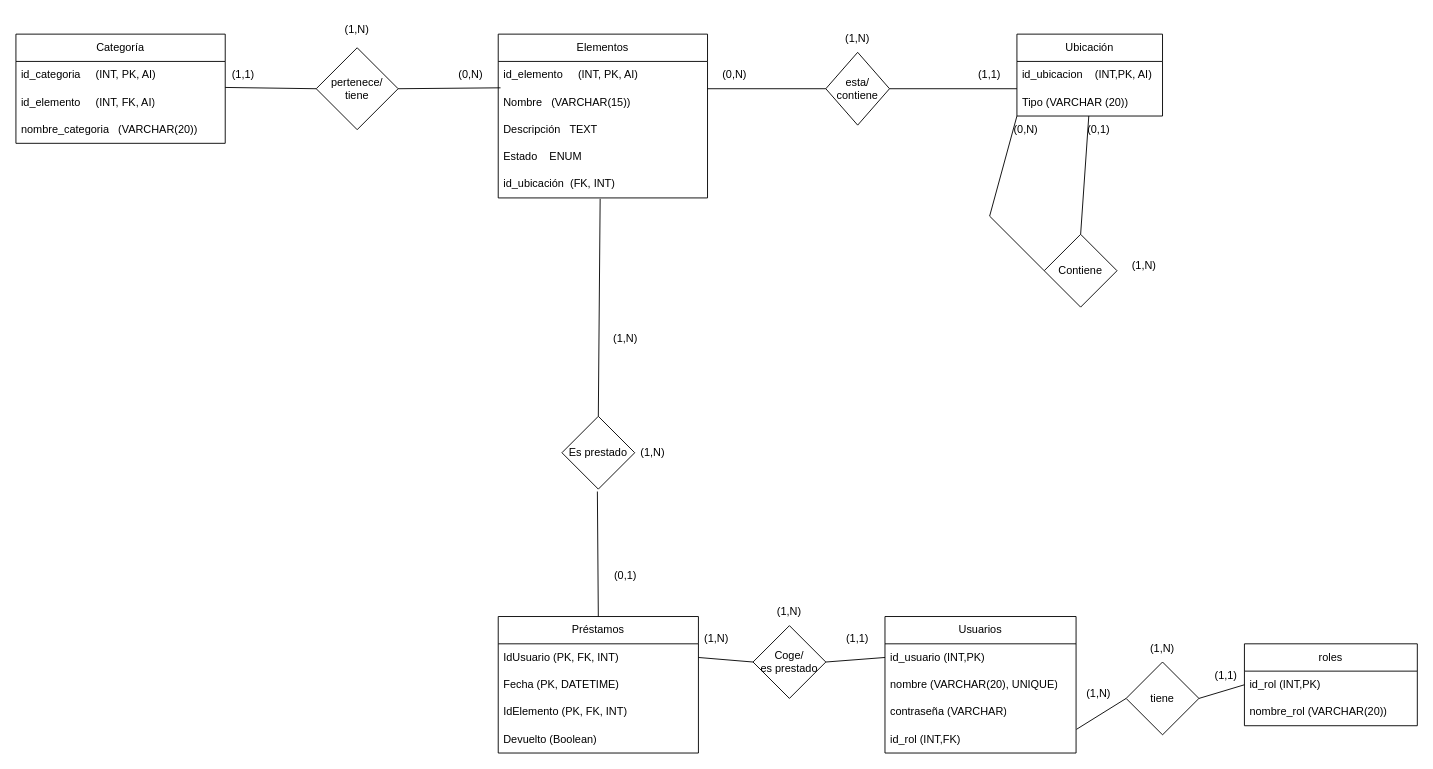
Above: Documentos/DiagramaEntidadRelación.drawio in JosePedro228/RetoDam1Equipo5 (draw.io), before the change. Source tidied: cells renumbered, new cells numbered last; positions are measured from the earlier drawing's top-left corner, leaving out a move shared by most shapes. Both pictures are drawn from the tidied source at 91%, with x=0, y=0 at pixel (15, 15).
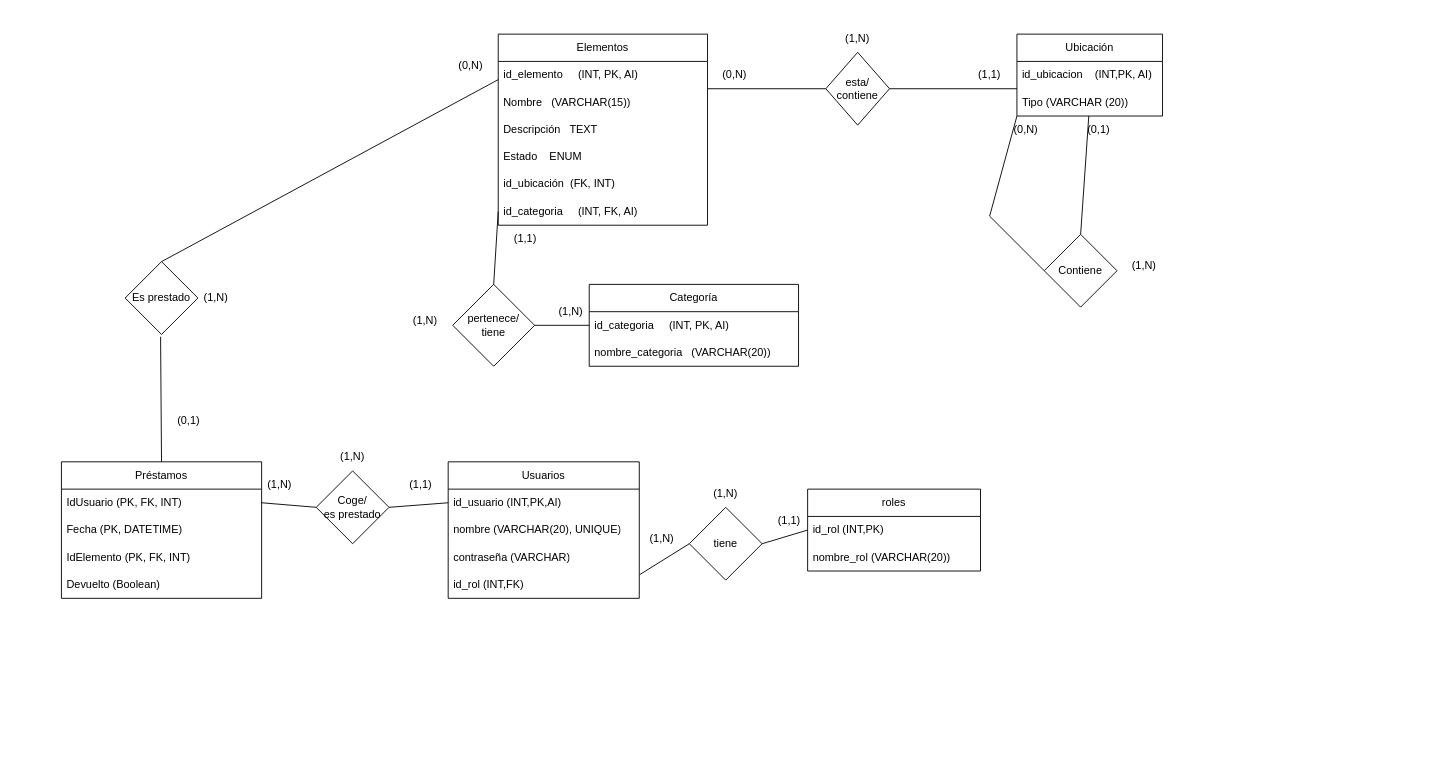
Above is the later version.

Unchanged cells that the change refers to:
```xml
<mxCell id="5" value="Nombre&amp;nbsp; &amp;nbsp;(VARCHAR(15))" style="text;strokeColor=none;fillColor=none;align=left;verticalAlign=middle;spacingLeft=4;spacingRight=4;overflow=hidden;points=[[0,0.5],[1,0.5]];portConstraint=eastwest;whiteSpace=wrap;html=1;" parent="3" vertex="1">
  <mxGeometry y="60" width="230" height="30" as="geometry" />
</mxCell>
<mxCell id="8" value="id_ubicación&amp;nbsp; (FK, INT)" style="text;strokeColor=none;fillColor=none;align=left;verticalAlign=middle;spacingLeft=4;spacingRight=4;overflow=hidden;points=[[0,0.5],[1,0.5]];portConstraint=eastwest;whiteSpace=wrap;html=1;" parent="3" vertex="1">
  <mxGeometry y="150" width="230" height="30" as="geometry" />
</mxCell>
<mxCell id="47" value="id_categoria&amp;nbsp; &amp;nbsp; &amp;nbsp;(INT, PK, AI)" style="text;strokeColor=none;fillColor=none;align=left;verticalAlign=middle;spacingLeft=4;spacingRight=4;overflow=hidden;points=[[0,0.5],[1,0.5]];portConstraint=eastwest;whiteSpace=wrap;html=1;" parent="46" vertex="1">
  <mxGeometry y="30" width="230" height="30" as="geometry" />
</mxCell>
```

What changed in the source:
```diff
@@
     <mxCell id="3" value="Elementos" style="swimlane;fontStyle=0;horizontal=1;startSize=30;whiteSpace=wrap;html=1;" parent="1" vertex="1">
-      <mxGeometry x="530" y="20" width="230" height="180" as="geometry" />
+      <mxGeometry x="530" y="20" width="230" height="210" as="geometry" />
     </mxCell>
@@
+    <mxCell id="65" value="id_categoria&amp;nbsp; &amp;nbsp; &amp;nbsp;(INT, FK, AI)" style="text;strokeColor=none;fillColor=none;align=left;verticalAlign=middle;spacingLeft=4;spacingRight=4;overflow=hidden;points=[[0,0.5],[1,0.5]];portConstraint=eastwest;whiteSpace=wrap;html=1;" parent="3" vertex="1">
+      <mxGeometry y="180" width="230" height="30" as="geometry" />
+    </mxCell>
@@
     <mxCell id="24" value="Préstamos" style="swimlane;fontStyle=0;horizontal=1;startSize=30;whiteSpace=wrap;html=1;" parent="1" vertex="1">
-      <mxGeometry x="530" y="660" width="220" height="150" as="geometry" />
+      <mxGeometry x="50" y="490" width="220" height="150" as="geometry" />
     </mxCell>
@@
     <mxCell id="30" value="Usuarios" style="swimlane;fontStyle=0;horizontal=1;startSize=30;whiteSpace=wrap;html=1;" parent="1" vertex="1">
-      <mxGeometry x="955" y="660" width="210" height="150" as="geometry" />
+      <mxGeometry x="475" y="490" width="210" height="150" as="geometry" />
     </mxCell>
-    <mxCell id="31" value="id_usuario (INT,PK)" style="text;strokeColor=none;fillColor=none;align=left;verticalAlign=middle;spacingLeft=4;spacingRight=4;overflow=hidden;points=[[0,0.5],[1,0.5]];portConstraint=eastwest;whiteSpace=wrap;html=1;" parent="30" vertex="1">
+    <mxCell id="31" value="id_usuario (INT,PK,AI)" style="text;strokeColor=none;fillColor=none;align=left;verticalAlign=middle;spacingLeft=4;spacingRight=4;overflow=hidden;points=[[0,0.5],[1,0.5]];portConstraint=eastwest;whiteSpace=wrap;html=1;" parent="30" vertex="1">
       <mxGeometry y="30" width="210" height="30" as="geometry" />
     </mxCell>
@@
-    <mxCell id="35" style="endArrow=none;html=1;rounded=0;entryX=0.5;entryY=0;entryDx=0;entryDy=0;exitX=0.487;exitY=1.033;exitDx=0;exitDy=0;exitPerimeter=0;" parent="1" edge="1" source="8" target="36">
+    <mxCell id="35" style="endArrow=none;html=1;rounded=0;entryX=0.5;entryY=0;entryDx=0;entryDy=0;exitX=1;exitY=1;exitDx=0;exitDy=0;" parent="1" edge="1" source="54" target="36">
       <mxGeometry relative="1" as="geometry" />
     </mxCell>
     <mxCell id="36" value="Es prestado" style="rhombus;whiteSpace=wrap;html=1;" parent="1" vertex="1">
-      <mxGeometry x="600" y="440" width="80" height="80" as="geometry" />
+      <mxGeometry x="120" y="270" width="80" height="80" as="geometry" />
     </mxCell>
@@
     <mxCell id="39" value="Coge/&lt;div&gt;es prestado&lt;/div&gt;" style="rhombus;whiteSpace=wrap;html=1;" parent="1" vertex="1">
-      <mxGeometry x="810" y="670" width="80" height="80" as="geometry" />
+      <mxGeometry x="330" y="500" width="80" height="80" as="geometry" />
     </mxCell>
     <mxCell id="40" value="(1,N)" style="text;html=1;whiteSpace=wrap;strokeColor=none;fillColor=none;align=center;verticalAlign=middle;rounded=0;" parent="1" vertex="1">
-      <mxGeometry x="740" y="670" width="60" height="30" as="geometry" />
+      <mxGeometry x="260" y="500" width="60" height="30" as="geometry" />
     </mxCell>
     <mxCell id="41" value="(1,1)" style="text;html=1;whiteSpace=wrap;strokeColor=none;fillColor=none;align=center;verticalAlign=middle;rounded=0;" parent="1" vertex="1">
-      <mxGeometry x="895" y="670" width="60" height="30" as="geometry" />
+      <mxGeometry x="415" y="500" width="60" height="30" as="geometry" />
     </mxCell>
     <mxCell id="42" value="(1,N)" style="text;html=1;whiteSpace=wrap;strokeColor=none;fillColor=none;align=center;verticalAlign=middle;rounded=0;" parent="1" vertex="1">
-      <mxGeometry x="820" y="640" width="60" height="30" as="geometry" />
+      <mxGeometry x="340" y="470" width="60" height="30" as="geometry" />
     </mxCell>
-    <mxCell id="43" value="(1,N)" style="text;html=1;whiteSpace=wrap;strokeColor=none;fillColor=none;align=center;verticalAlign=middle;rounded=0;" parent="1" vertex="1">
-      <mxGeometry x="640" y="340" width="60" height="30" as="geometry" />
-    </mxCell>
     <mxCell id="44" value="(0,1)" style="text;html=1;whiteSpace=wrap;strokeColor=none;fillColor=none;align=center;verticalAlign=middle;rounded=0;" parent="1" vertex="1">
-      <mxGeometry x="640" y="600" width="60" height="30" as="geometry" />
+      <mxGeometry x="160" y="430" width="60" height="30" as="geometry" />
     </mxCell>
     <mxCell id="45" value="(1,N)" style="text;html=1;whiteSpace=wrap;strokeColor=none;fillColor=none;align=center;verticalAlign=middle;rounded=0;" parent="1" vertex="1">
-      <mxGeometry x="670" y="465" width="60" height="30" as="geometry" />
+      <mxGeometry x="190" y="295" width="60" height="30" as="geometry" />
     </mxCell>
     <mxCell id="46" value="Categoría" style="swimlane;fontStyle=0;horizontal=1;startSize=30;whiteSpace=wrap;html=1;" parent="1" vertex="1">
-      <mxGeometry y="20" width="230" height="120" as="geometry" />
+      <mxGeometry x="630" y="295" width="230" height="90" as="geometry" />
     </mxCell>
@@
-    <mxCell id="48" value="id_elemento&amp;nbsp; &amp;nbsp; &amp;nbsp;(INT, FK, AI)" style="text;strokeColor=none;fillColor=none;align=left;verticalAlign=middle;spacingLeft=4;spacingRight=4;overflow=hidden;whiteSpace=wrap;html=1;" parent="46" vertex="1">
-      <mxGeometry y="60" width="230" height="30" as="geometry" />
-    </mxCell>
     <mxCell id="49" value="nombre_categoria&amp;nbsp; &amp;nbsp;(VARCHAR(20))" style="text;strokeColor=none;fillColor=none;align=left;verticalAlign=middle;spacingLeft=4;spacingRight=4;overflow=hidden;whiteSpace=wrap;html=1;" parent="46" vertex="1">
-      <mxGeometry y="90" width="230" height="30" as="geometry" />
+      <mxGeometry y="60" width="230" height="30" as="geometry" />
     </mxCell>
     <mxCell id="50" value="pertenece/&lt;div&gt;tiene&lt;/div&gt;" style="rhombus;whiteSpace=wrap;html=1;" parent="1" vertex="1">
-      <mxGeometry x="330" y="35" width="90" height="90" as="geometry" />
+      <mxGeometry x="480" y="295" width="90" height="90" as="geometry" />
     </mxCell>
-    <mxCell id="51" style="endArrow=none;html=1;rounded=0;entryX=0;entryY=1;entryDx=0;entryDy=0;exitX=0;exitY=0.5;exitDx=0;exitDy=0;" parent="1" edge="1" source="50">
-      <mxGeometry relative="1" as="geometry">
-        <mxPoint x="230" y="78.6" as="targetPoint" />
-      </mxGeometry>
+    <mxCell id="51" style="endArrow=none;html=1;rounded=0;entryX=0;entryY=0.5;entryDx=0;entryDy=0;exitX=1;exitY=0.5;exitDx=0;exitDy=0;" parent="1" edge="1" source="50" target="47">
+      <mxGeometry relative="1" as="geometry" />
     </mxCell>
-    <mxCell id="52" style="endArrow=none;html=1;rounded=0;entryX=0;entryY=1;entryDx=0;entryDy=0;exitX=0.011;exitY=-0.033;exitDx=0;exitDy=0;exitPerimeter=0;" parent="1" edge="1" source="5">
-      <mxGeometry relative="1" as="geometry">
-        <mxPoint x="420" y="80" as="targetPoint" />
-      </mxGeometry>
+    <mxCell id="52" style="endArrow=none;html=1;rounded=0;entryX=0.5;entryY=0;entryDx=0;entryDy=0;exitX=0;exitY=0.5;exitDx=0;exitDy=0;" parent="1" edge="1" source="65" target="50">
+      <mxGeometry relative="1" as="geometry" />
     </mxCell>
     <mxCell id="53" value="(1,1)" style="text;html=1;whiteSpace=wrap;strokeColor=none;fillColor=none;align=center;verticalAlign=middle;rounded=0;" parent="1" vertex="1">
-      <mxGeometry x="220" y="50" width="60" height="30" as="geometry" />
+      <mxGeometry x="530" y="230" width="60" height="30" as="geometry" />
     </mxCell>
     <mxCell id="54" value="(0,N)" style="text;html=1;whiteSpace=wrap;strokeColor=none;fillColor=none;align=center;verticalAlign=middle;rounded=0;" parent="1" vertex="1">
-      <mxGeometry x="470" y="50" width="60" height="30" as="geometry" />
+      <mxGeometry x="470" y="40" width="60" height="30" as="geometry" />
     </mxCell>
     <mxCell id="55" value="(1,N)" style="text;html=1;whiteSpace=wrap;strokeColor=none;fillColor=none;align=center;verticalAlign=middle;rounded=0;" parent="1" vertex="1">
-      <mxGeometry x="345" width="60" height="30" as="geometry" />
+      <mxGeometry x="580" y="310" width="60" height="30" as="geometry" />
     </mxCell>
     <mxCell id="56" value="roles" style="swimlane;fontStyle=0;horizontal=1;startSize=30;whiteSpace=wrap;html=1;" parent="1" vertex="1">
-      <mxGeometry x="1350" y="690" width="190" height="90" as="geometry" />
+      <mxGeometry x="870" y="520" width="190" height="90" as="geometry" />
     </mxCell>
@@
     <mxCell id="59" value="tiene" style="rhombus;whiteSpace=wrap;html=1;" parent="1" vertex="1">
-      <mxGeometry x="1220" y="710" width="80" height="80" as="geometry" />
+      <mxGeometry x="740" y="540" width="80" height="80" as="geometry" />
     </mxCell>
@@
     <mxCell id="62" value="(1,N)" style="text;html=1;whiteSpace=wrap;strokeColor=none;fillColor=none;align=center;verticalAlign=middle;rounded=0;" parent="1" vertex="1">
-      <mxGeometry x="1160" y="730" width="60" height="30" as="geometry" />
+      <mxGeometry x="680" y="560" width="60" height="30" as="geometry" />
     </mxCell>
     <mxCell id="63" value="(1,1)" style="text;html=1;whiteSpace=wrap;strokeColor=none;fillColor=none;align=center;verticalAlign=middle;rounded=0;" parent="1" vertex="1">
-      <mxGeometry x="1300" y="710" width="60" height="30" as="geometry" />
+      <mxGeometry x="820" y="540" width="60" height="30" as="geometry" />
     </mxCell>
     <mxCell id="64" value="(1,N)" style="text;html=1;whiteSpace=wrap;strokeColor=none;fillColor=none;align=center;verticalAlign=middle;rounded=0;" parent="1" vertex="1">
-      <mxGeometry x="1230" y="680" width="60" height="30" as="geometry" />
+      <mxGeometry x="750" y="510" width="60" height="30" as="geometry" />
     </mxCell>
+    <mxCell id="43" value="(1,N)" style="text;html=1;whiteSpace=wrap;strokeColor=none;fillColor=none;align=center;verticalAlign=middle;rounded=0;" parent="1" vertex="1">
+      <mxGeometry x="420" y="320" width="60" height="30" as="geometry" />
+    </mxCell>
```
